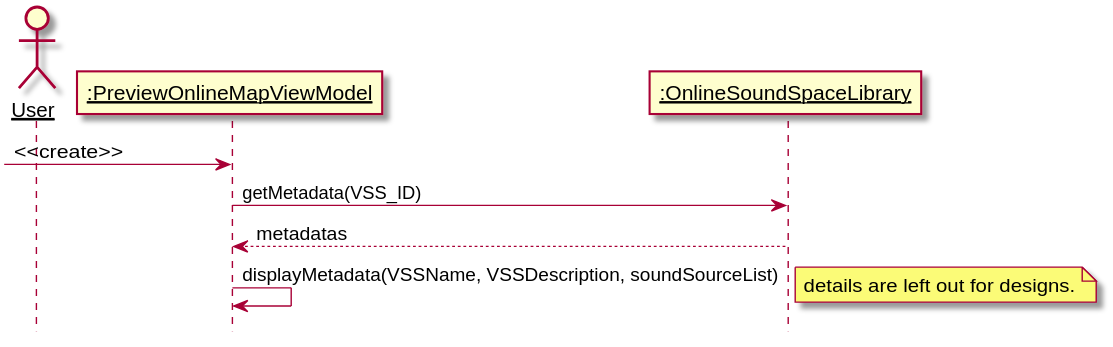
Above: 设计/Diagrams/PreviewOnlineMapVSS.svg in kpp19920121/doc (PlantUML), before the change.
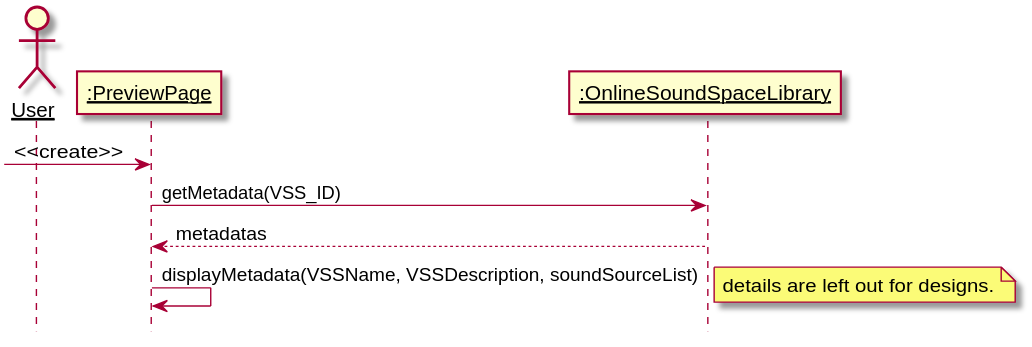
The same diagram one commit later.

What changed in the source:
```diff
@@ -3,7 +3,7 @@
 skinparam sequenceParticipant underline
 actor User as user
 
-participant ":PreviewOnlineMapViewModel" as viewModel
+participant ":PreviewPage" as viewModel
 participant ":OnlineSoundSpaceLibrary" as library
 create viewModel
 [-> viewModel: <<create>>
```
